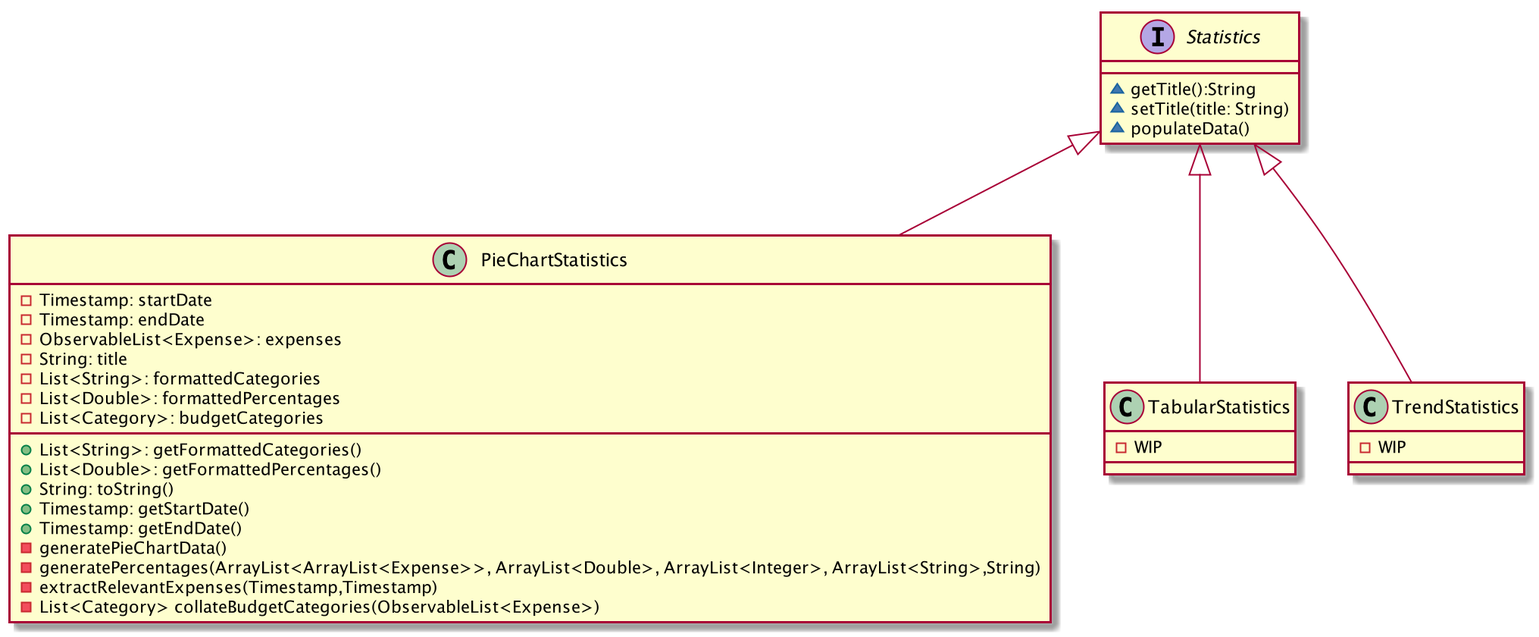
This is images/StatisticsClassDiagram.png from AY1920S1-CS2103T-T11-1/main, a PlantUML export, as it was before one commit.
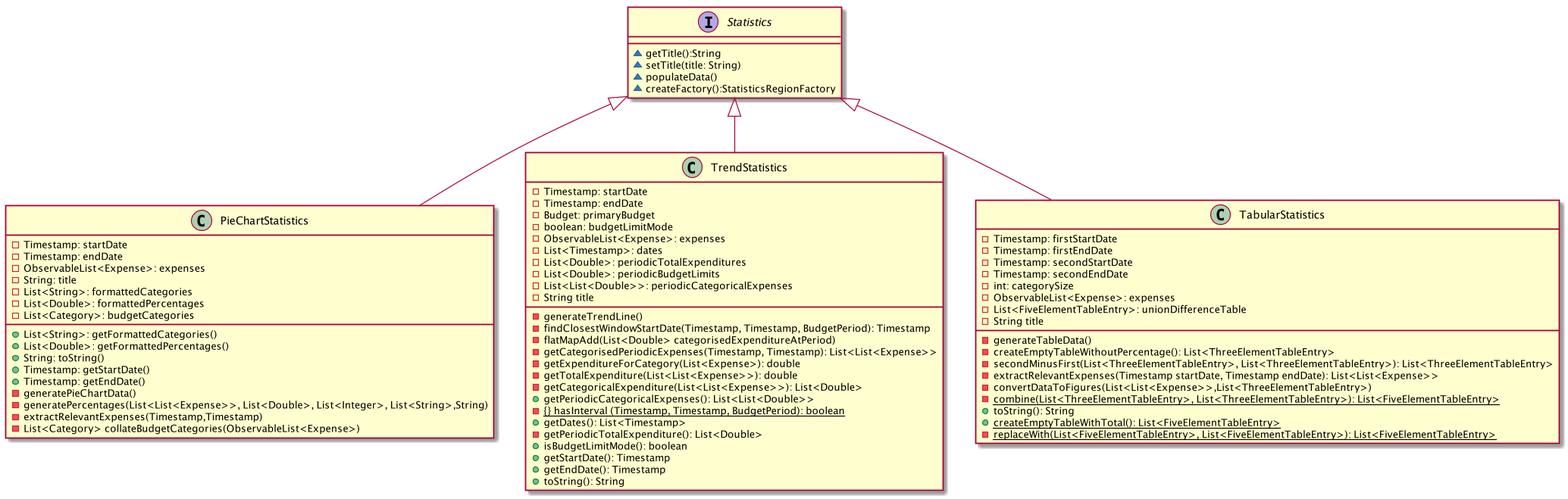
After the commit.

Change to the diagram source:
```diff
@@ -6,7 +6,10 @@
 ~getTitle():String
 ~setTitle(title: String)
 ~populateData()
+~createFactory():StatisticsRegionFactory
 }
+
+
 
 class PieChartStatistics {
 -Timestamp: startDate
@@ -23,17 +26,67 @@
 +Timestamp: getStartDate()
 +Timestamp: getEndDate()
 -generatePieChartData()
--generatePercentages(ArrayList<ArrayList<Expense>>, ArrayList<Double>, ArrayList<Integer>, ArrayList<String>,String)
+-generatePercentages(List<List<Expense>>, List<Double>, List<Integer>, List<String>,String)
 -extractRelevantExpenses(Timestamp,Timestamp)
 -List<Category> collateBudgetCategories(ObservableList<Expense>)
 }
 
+
+
+
+class TrendStatistics {
+-Timestamp: startDate
+-Timestamp: endDate
+-Budget: primaryBudget
+-boolean: budgetLimitMode
+-ObservableList<Expense>: expenses
+-List<Timestamp>: dates
+-List<Double>: periodicTotalExpenditures
+-List<Double>: periodicBudgetLimits
+-List<List<Double>>: periodicCategoricalExpenses
+-String title
+
+-generateTrendLine()
+-findClosestWindowStartDate(Timestamp, Timestamp, BudgetPeriod): Timestamp
+-flatMapAdd(List<Double> categorisedExpenditureAtPeriod)
+-getCategorisedPeriodicExpenses(Timestamp, Timestamp): List<List<Expense>>
+-getExpenditureForCategory(List<Expense>): double
+-getTotalExpenditure(List<List<Expense>>): double
+-getCategoricalExpenditure(List<List<Expense>>): List<Double>
++getPeriodicCategoricalExpenses(): List<List<Double>>
+-{{static}} hasInterval (Timestamp, Timestamp, BudgetPeriod): boolean
++getDates(): List<Timestamp>
+-getPeriodicTotalExpenditure(): List<Double>
++ isBudgetLimitMode(): boolean
++ getStartDate(): Timestamp
++getEndDate(): Timestamp
++toString(): String
+}
+
 class TabularStatistics {
--WIP
+-Timestamp: firstStartDate
+-Timestamp: firstEndDate
+-Timestamp: secondStartDate
+-Timestamp: secondEndDate
+-int: categorySize
+-ObservableList<Expense>: expenses
+-List<FiveElementTableEntry>: unionDifferenceTable
+-String title
+-generateTableData()
+-createEmptyTableWithoutPercentage(): List<ThreeElementTableEntry>
+-secondMinusFirst(List<ThreeElementTableEntry>, List<ThreeElementTableEntry>): List<ThreeElementTableEntry>
+-extractRelevantExpenses(Timestamp startDate, Timestamp endDate): List<List<Expense>>
+-convertDataToFigures(List<List<Expense>>,List<ThreeElementTableEntry>)
+-{static} combine(List<ThreeElementTableEntry>, List<ThreeElementTableEntry>): List<FiveElementTableEntry>
++toString(): String
++{static} createEmptyTableWithTotal(): List<FiveElementTableEntry>
+-{static} replaceWith(List<FiveElementTableEntry>, List<FiveElementTableEntry>): List<FiveElementTableEntry>
 }
-class TrendStatistics {
--WIP
-}
+
+
+
+
+
 
 
 
```
